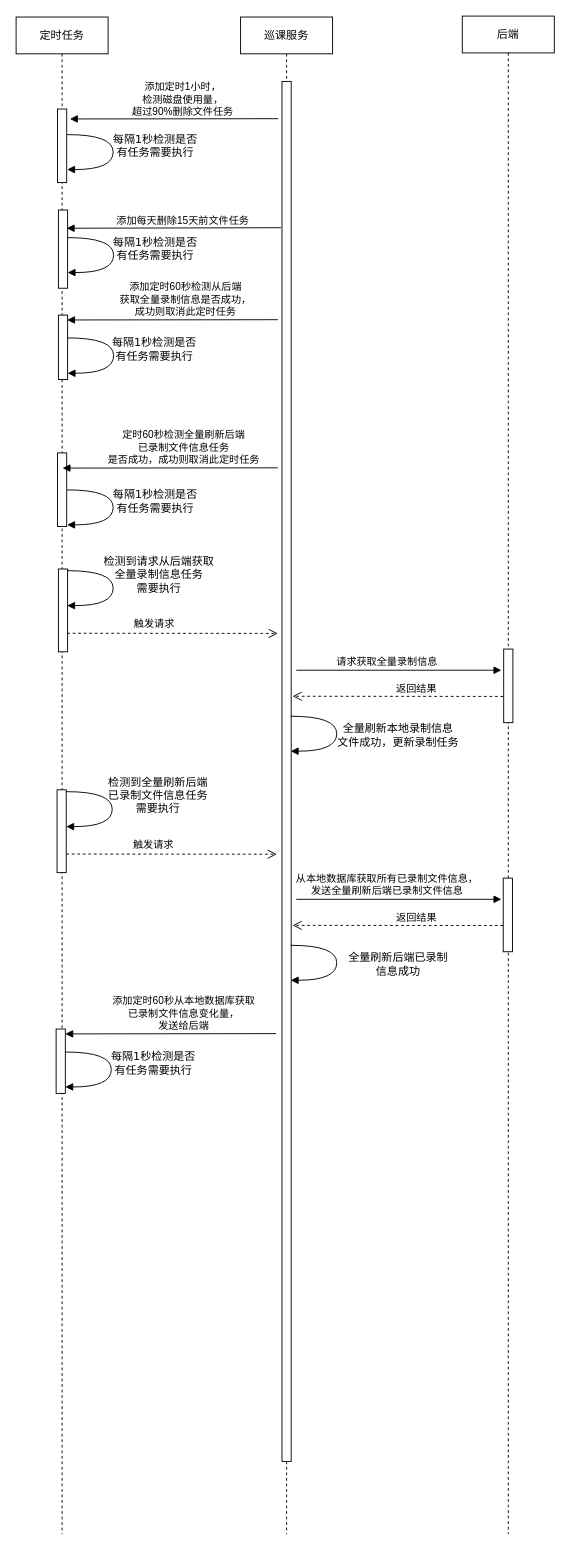
The draw.io diagram 巡课录制定时任务.drawio in huangPeiLc/drawio, before the edit. Source tidied: cells renumbered, new cells numbered last; positions are measured from the earlier drawing's top-left corner, leaving out a move shared by most shapes. Both pictures are drawn from the tidied source at 92%, with x=0, y=0 at pixel (16, 16).
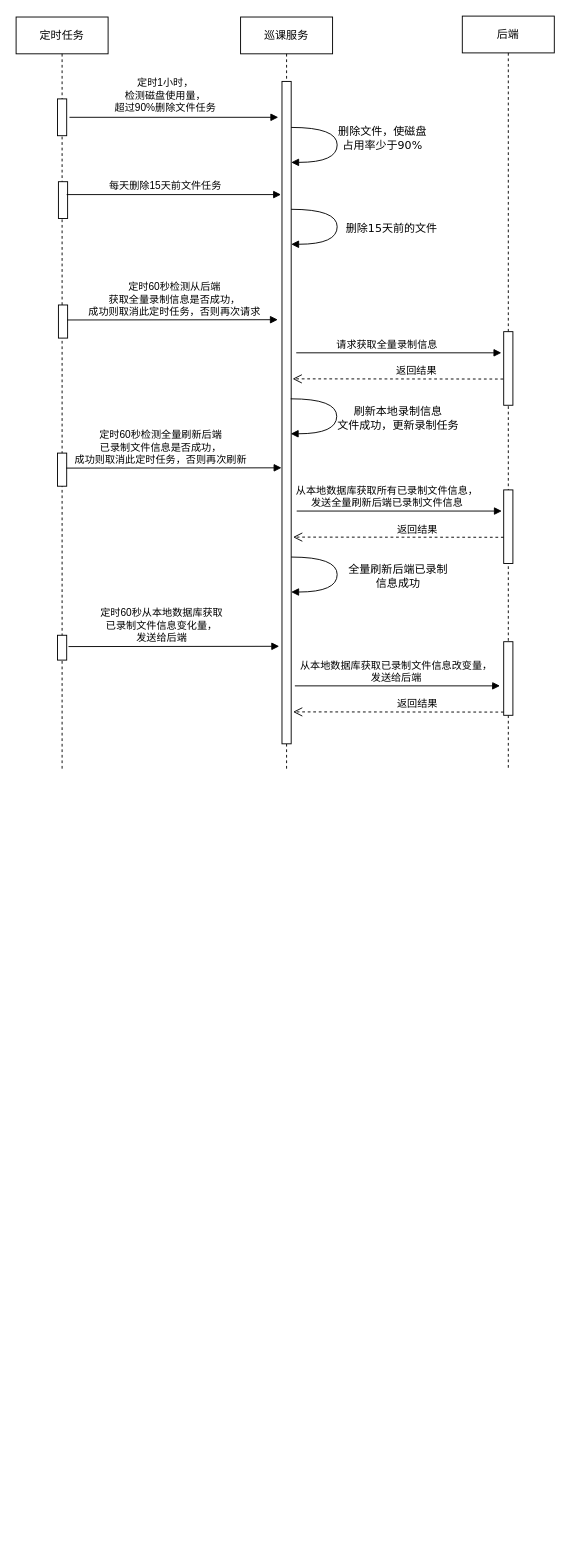
The same page after the edit.

Commit message (it also covers changes not shown here):
Update 巡课录制定时任务.drawio

Diff of the diagram source:
```diff
@@
     <mxCell id="2" value="巡课服务" style="shape=umlLifeline;perimeter=lifelinePerimeter;whiteSpace=wrap;html=1;" parent="1" vertex="1">
-      <mxGeometry x="244" y="1" width="100" height="1649" as="geometry" />
+      <mxGeometry x="244" y="1" width="100" height="819" as="geometry" />
     </mxCell>
     <mxCell id="3" style="html=1;points=[];perimeter=orthogonalPerimeter;" parent="2" vertex="1">
-      <mxGeometry x="45" y="70" width="10" height="1500" as="geometry" />
+      <mxGeometry x="45" y="70" width="10" height="720" as="geometry" />
     </mxCell>
     <mxCell id="4" value="定时任务" style="shape=umlLifeline;perimeter=lifelinePerimeter;whiteSpace=wrap;html=1;" parent="1" vertex="1">
-      <mxGeometry y="1" width="100" height="1649" as="geometry" />
+      <mxGeometry y="1" width="100" height="819" as="geometry" />
     </mxCell>
     <mxCell id="5" style="html=1;perimeter=orthogonalPerimeter;" parent="4" vertex="1">
-      <mxGeometry x="46" y="324" width="10" height="70" as="geometry" />
+      <mxGeometry x="46" y="313" width="10" height="36" as="geometry" />
     </mxCell>
-    <mxCell id="6" style="html=1;perimeter=orthogonalPerimeter;" parent="4" vertex="1">
-      <mxGeometry x="46" y="600" width="10" height="90" as="geometry" />
-    </mxCell>
     <mxCell id="7" style="html=1;perimeter=orthogonalPerimeter;" parent="4" vertex="1">
-      <mxGeometry x="45" y="100" width="10" height="80" as="geometry" />
+      <mxGeometry x="45" y="89" width="10" height="40" as="geometry" />
     </mxCell>
-    <mxCell id="8" value="&lt;div&gt;每隔1秒检测是否&lt;/div&gt;&lt;div&gt;有任务需要执行&lt;/div&gt;" style="html=1;verticalAlign=bottom;endArrow=block;labelBackgroundColor=none;fontFamily=Verdana;fontSize=12;elbow=vertical;edgeStyle=orthogonalEdgeStyle;curved=1;entryX=1;entryY=0.286;entryPerimeter=0;" parent="4" edge="1">
-      <mxGeometry x="0.28" y="-46" relative="1" as="geometry">
-        <mxPoint x="56" y="348.8" as="sourcePoint" />
-        <mxPoint x="56" y="387.2" as="targetPoint" />
-        <Array as="points">
-          <mxPoint x="106" y="349" />
-          <mxPoint x="106" y="387" />
-        </Array>
-        <mxPoint x="45" y="37" as="offset" />
-      </mxGeometry>
-    </mxCell>
     <mxCell id="9" style="html=1;points=[];perimeter=orthogonalPerimeter;" parent="4" vertex="1">
-      <mxGeometry x="46" y="209.8" width="10" height="85" as="geometry" />
+      <mxGeometry x="46" y="179" width="10" height="40" as="geometry" />
     </mxCell>
-    <mxCell id="10" value="&lt;div&gt;每隔1秒检测是否&lt;/div&gt;&lt;div&gt;有任务需要执行&lt;/div&gt;" style="html=1;verticalAlign=bottom;endArrow=block;labelBackgroundColor=none;fontFamily=Verdana;fontSize=12;elbow=vertical;edgeStyle=orthogonalEdgeStyle;curved=1;entryX=1;entryY=0.286;entryPerimeter=0;" parent="4" edge="1">
-      <mxGeometry x="0.28" y="-46" relative="1" as="geometry">
-        <mxPoint x="56" y="239.8" as="sourcePoint" />
-        <mxPoint x="56" y="277.8" as="targetPoint" />
-        <Array as="points">
-          <mxPoint x="106" y="239.8" />
-          <mxPoint x="106" y="277.8" />
-        </Array>
-        <mxPoint x="45" y="37" as="offset" />
-      </mxGeometry>
-    </mxCell>
     <mxCell id="11" style="html=1;perimeter=orthogonalPerimeter;" parent="4" vertex="1">
-      <mxGeometry x="45" y="473.8" width="10" height="80" as="geometry" />
+      <mxGeometry x="45" y="474" width="10" height="36" as="geometry" />
     </mxCell>
-    <mxCell id="12" value="触发请求" style="html=1;verticalAlign=bottom;endArrow=open;dashed=1;endSize=8;" parent="1" edge="1">
-      <mxGeometry x="-0.18" y="1" relative="1" as="geometry">
-        <mxPoint x="55.5" y="670.8" as="sourcePoint" />
-        <mxPoint x="284.5" y="671" as="targetPoint" />
-      </mxGeometry>
-    </mxCell>
-    <mxCell id="13" value="&lt;div&gt;添加定时60秒检测从后端&lt;/div&gt;&lt;div&gt;获取全量录制信息是否成功，&lt;/div&gt;&lt;div&gt;成功则取消此定时任务&lt;/div&gt;" style="html=1;verticalAlign=bottom;endArrow=block;" parent="1" edge="1">
-      <mxGeometry x="-0.12" relative="1" as="geometry">
-        <mxPoint x="284.5" y="330" as="sourcePoint" />
-        <mxPoint x="55.5" y="330.3" as="targetPoint" />
+    <mxCell id="13" value="&lt;div&gt;定时60秒检测从后端&lt;/div&gt;&lt;div&gt;获取全量录制信息是否成功，&lt;/div&gt;&lt;div&gt;成功则取消此定时任务，否则再次请求&lt;br&gt;&lt;/div&gt;" style="html=1;verticalAlign=bottom;endArrow=block;" parent="1" edge="1">
+      <mxGeometry x="0.02" relative="1" as="geometry">
+        <mxPoint x="55.5" y="330.3" as="sourcePoint" />
+        <mxPoint x="284.5" y="330" as="targetPoint" />
       </mxGeometry>
     </mxCell>
-    <mxCell id="14" value="&lt;div&gt;每隔1秒检测是否&lt;/div&gt;&lt;div&gt;有任务需要执行&lt;/div&gt;" style="html=1;verticalAlign=bottom;endArrow=block;labelBackgroundColor=none;fontFamily=Verdana;fontSize=12;elbow=vertical;edgeStyle=orthogonalEdgeStyle;curved=1;entryX=1;entryY=0.286;entryPerimeter=0;" parent="1" edge="1">
-      <mxGeometry x="0.28" y="-46" relative="1" as="geometry">
-        <mxPoint x="55.5" y="128.8" as="sourcePoint" />
-        <mxPoint x="55.5" y="166.8" as="targetPoint" />
-        <Array as="points">
-          <mxPoint x="105.5" y="128.8" />
-          <mxPoint x="105.5" y="166.8" />
-        </Array>
-        <mxPoint x="45" y="37" as="offset" />
-      </mxGeometry>
-    </mxCell>
-    <mxCell id="15" value="&lt;div&gt;检测到请求从后端获取&lt;/div&gt;&lt;div&gt;全量录制信息任务&lt;/div&gt;&lt;div&gt;需要执行&lt;br&gt;&lt;/div&gt;" style="html=1;verticalAlign=bottom;endArrow=block;labelBackgroundColor=none;fontFamily=Verdana;fontSize=12;elbow=vertical;edgeStyle=orthogonalEdgeStyle;curved=1;entryX=1;entryY=0.286;entryPerimeter=0;" parent="1" edge="1">
-      <mxGeometry x="0.28" y="-50" relative="1" as="geometry">
-        <mxPoint x="55.5" y="602.8" as="sourcePoint" />
-        <mxPoint x="55.5" y="640.8" as="targetPoint" />
-        <Array as="points">
-          <mxPoint x="105.5" y="602.8" />
-          <mxPoint x="105.5" y="640.8" />
-        </Array>
-        <mxPoint x="49" y="40" as="offset" />
-      </mxGeometry>
-    </mxCell>
-    <mxCell id="16" value="&lt;div&gt;添加定时1小时，&lt;/div&gt;&lt;div&gt;检测磁盘使用量，&lt;/div&gt;&lt;div&gt;超过90%删除文件任务&lt;/div&gt;" style="html=1;verticalAlign=bottom;endArrow=block;exitX=-0.4;exitY=0.027;exitDx=0;exitDy=0;exitPerimeter=0;" parent="1" edge="1" source="3">
+    <mxCell id="16" value="&lt;div&gt;定时1小时，&lt;/div&gt;&lt;div&gt;检测磁盘使用量，&lt;/div&gt;&lt;div&gt;超过90%删除文件任务&lt;/div&gt;" style="html=1;verticalAlign=bottom;endArrow=block;" parent="1" edge="1">
       <mxGeometry x="-0.08" y="1" relative="1" as="geometry">
-        <mxPoint x="58.5" y="111.8" as="targetPoint" />
+        <mxPoint x="58" y="110" as="sourcePoint" />
+        <mxPoint x="285" y="110" as="targetPoint" />
       </mxGeometry>
     </mxCell>
     <mxCell id="17" value="后端" style="shape=umlLifeline;perimeter=lifelinePerimeter;whiteSpace=wrap;html=1;" parent="1" vertex="1">
-      <mxGeometry x="485" width="100" height="1650" as="geometry" />
+      <mxGeometry x="485" width="100" height="820" as="geometry" />
     </mxCell>
     <mxCell id="18" style="html=1;perimeter=orthogonalPerimeter;" parent="17" vertex="1">
-      <mxGeometry x="45" y="688" width="10" height="80" as="geometry" />
+      <mxGeometry x="45" y="343" width="10" height="80" as="geometry" />
     </mxCell>
+    <mxCell id="35" style="html=1;perimeter=orthogonalPerimeter;" parent="17" vertex="1">
+      <mxGeometry x="45" y="680" width="10" height="80" as="geometry" />
+    </mxCell>
-    <mxCell id="19" value="&lt;div&gt;添加每天删除15天前文件任务&lt;/div&gt;" style="html=1;verticalAlign=bottom;endArrow=block;entryX=0.9;entryY=0.233;entryDx=0;entryDy=0;entryPerimeter=0;exitX=-0.1;exitY=0.106;exitDx=0;exitDy=0;exitPerimeter=0;" parent="1" edge="1" source="3" target="9">
-      <mxGeometry x="-0.08" y="1" relative="1" as="geometry" />
+    <mxCell id="19" value="&lt;div&gt;每天删除15天前文件任务&lt;/div&gt;" style="html=1;verticalAlign=bottom;endArrow=block;entryX=0.9;entryY=0.233;entryDx=0;entryDy=0;entryPerimeter=0;" parent="1" edge="1">
+      <mxGeometry x="-0.08" y="1" relative="1" as="geometry">
+        <mxPoint x="55" y="194" as="sourcePoint" />
+        <mxPoint x="288" y="194" as="targetPoint" />
+      </mxGeometry>
     </mxCell>
-    <mxCell id="20" value="&lt;div&gt;定时60秒检测全量刷新后端&lt;/div&gt;&lt;div&gt;已录制文件信息任务&lt;/div&gt;&lt;div&gt;是否成功，成功则取消此定时任务&lt;br&gt;&lt;/div&gt;" style="html=1;verticalAlign=bottom;endArrow=block;" parent="1" edge="1">
+    <mxCell id="20" value="&lt;div&gt;定时60秒检测全量刷新后端&lt;/div&gt;&lt;div&gt;已录制文件信息是否成功，&lt;/div&gt;&lt;div&gt;成功则取消此定时任务，否则再次刷新&lt;br&gt;&lt;/div&gt;" style="html=1;verticalAlign=bottom;endArrow=block;" parent="1" edge="1">
       <mxGeometry x="-0.12" relative="1" as="geometry">
-        <mxPoint x="284.5" y="491" as="sourcePoint" />
-        <mxPoint x="50.5" y="491.3" as="targetPoint" />
+        <mxPoint x="54.5" y="491.3" as="sourcePoint" />
+        <mxPoint x="288.5" y="491" as="targetPoint" />
       </mxGeometry>
     </mxCell>
-    <mxCell id="21" value="&lt;div&gt;每隔1秒检测是否&lt;/div&gt;&lt;div&gt;有任务需要执行&lt;/div&gt;" style="html=1;verticalAlign=bottom;endArrow=block;labelBackgroundColor=none;fontFamily=Verdana;fontSize=12;elbow=vertical;edgeStyle=orthogonalEdgeStyle;curved=1;entryX=1;entryY=0.286;entryPerimeter=0;" parent="1" edge="1">
-      <mxGeometry x="0.28" y="-46" relative="1" as="geometry">
-        <mxPoint x="55.5" y="515" as="sourcePoint" />
-        <mxPoint x="55.5" y="553" as="targetPoint" />
-        <Array as="points">
-          <mxPoint x="105.5" y="515" />
-          <mxPoint x="105.5" y="553" />
-        </Array>
-        <mxPoint x="45" y="37" as="offset" />
-      </mxGeometry>
-    </mxCell>
     <mxCell id="22" value="请求获取全量录制信息" style="html=1;verticalAlign=bottom;endArrow=block;" parent="1" edge="1">
       <mxGeometry x="-0.12" relative="1" as="geometry">
-        <mxPoint x="304.5" y="711" as="sourcePoint" />
-        <mxPoint x="527.5" y="711" as="targetPoint" />
+        <mxPoint x="304.5" y="366" as="sourcePoint" />
+        <mxPoint x="527.5" y="366" as="targetPoint" />
       </mxGeometry>
     </mxCell>
     <mxCell id="23" value="返回结果" style="html=1;verticalAlign=bottom;endArrow=open;dashed=1;endSize=8;" parent="1" edge="1">
       <mxGeometry x="-0.18" y="1" relative="1" as="geometry">
-        <mxPoint x="529.5" y="739.5" as="sourcePoint" />
-        <mxPoint x="300.5" y="739.3" as="targetPoint" />
+        <mxPoint x="529.5" y="394.5" as="sourcePoint" />
+        <mxPoint x="300.5" y="394.3" as="targetPoint" />
       </mxGeometry>
     </mxCell>
-    <mxCell id="24" value="&lt;div&gt;全量刷新本地录制信息&lt;/div&gt;&lt;div&gt;文件成功，更新录制任务&lt;/div&gt;" style="html=1;verticalAlign=bottom;endArrow=block;labelBackgroundColor=none;fontFamily=Verdana;fontSize=12;elbow=vertical;edgeStyle=orthogonalEdgeStyle;curved=1;entryX=1;entryY=0.286;entryPerimeter=0;" parent="1" edge="1">
+    <mxCell id="24" value="&lt;div&gt;刷新本地录制信息&lt;/div&gt;&lt;div&gt;文件成功，更新录制任务&lt;/div&gt;" style="html=1;verticalAlign=bottom;endArrow=block;labelBackgroundColor=none;fontFamily=Verdana;fontSize=12;elbow=vertical;edgeStyle=orthogonalEdgeStyle;curved=1;entryX=1;entryY=0.286;entryPerimeter=0;" parent="1" edge="1">
       <mxGeometry x="0.28" y="-66" relative="1" as="geometry">
-        <mxPoint x="298.5" y="761" as="sourcePoint" />
-        <mxPoint x="298.5" y="799" as="targetPoint" />
+        <mxPoint x="298.5" y="416" as="sourcePoint" />
+        <mxPoint x="298.5" y="454" as="targetPoint" />
         <Array as="points">
-          <mxPoint x="348.5" y="760.8" />
-          <mxPoint x="348.5" y="798.8" />
+          <mxPoint x="348.5" y="415.8" />
+          <mxPoint x="348.5" y="453.8" />
         </Array>
         <mxPoint x="66" y="66" as="offset" />
       </mxGeometry>
     </mxCell>
-    <mxCell id="25" style="html=1;perimeter=orthogonalPerimeter;" parent="1" vertex="1">
-      <mxGeometry x="44.5" y="841" width="10" height="90" as="geometry" />
-    </mxCell>
-    <mxCell id="26" value="触发请求" style="html=1;verticalAlign=bottom;endArrow=open;dashed=1;endSize=8;" parent="1" edge="1">
-      <mxGeometry x="-0.18" y="1" relative="1" as="geometry">
-        <mxPoint x="54.5" y="910.8" as="sourcePoint" />
-        <mxPoint x="283.5" y="911" as="targetPoint" />
-      </mxGeometry>
-    </mxCell>
-    <mxCell id="27" value="&lt;div&gt;检测到全量刷新后端&lt;div&gt;已录制文件信息任务&lt;/div&gt;&lt;/div&gt;&lt;div&gt;需要执行&lt;br&gt;&lt;/div&gt;" style="html=1;verticalAlign=bottom;endArrow=block;labelBackgroundColor=none;fontFamily=Verdana;fontSize=12;elbow=vertical;edgeStyle=orthogonalEdgeStyle;curved=1;entryX=1;entryY=0.286;entryPerimeter=0;" parent="1" edge="1">
-      <mxGeometry x="0.28" y="-50" relative="1" as="geometry">
-        <mxPoint x="54.5" y="843" as="sourcePoint" />
-        <mxPoint x="54.5" y="881" as="targetPoint" />
-        <Array as="points">
-          <mxPoint x="104.5" y="842.8" />
-          <mxPoint x="104.5" y="880.8" />
-        </Array>
-        <mxPoint x="49" y="40" as="offset" />
-      </mxGeometry>
-    </mxCell>
     <mxCell id="28" style="html=1;perimeter=orthogonalPerimeter;" parent="1" vertex="1">
-      <mxGeometry x="529.5" y="937" width="10" height="80" as="geometry" />
+      <mxGeometry x="530" y="515" width="10" height="80" as="geometry" />
     </mxCell>
     <mxCell id="29" value="&lt;div&gt;从本地数据库获取所有已录制文件信息，&lt;/div&gt;&lt;div&gt;发送全量刷新后端已录制文件信息&lt;/div&gt;" style="html=1;verticalAlign=bottom;endArrow=block;" parent="1" edge="1">
       <mxGeometry x="-0.12" relative="1" as="geometry">
-        <mxPoint x="304.5" y="960" as="sourcePoint" />
-        <mxPoint x="527.5" y="960" as="targetPoint" />
+        <mxPoint x="305" y="538" as="sourcePoint" />
+        <mxPoint x="528" y="538" as="targetPoint" />
       </mxGeometry>
     </mxCell>
     <mxCell id="30" value="返回结果" style="html=1;verticalAlign=bottom;endArrow=open;dashed=1;endSize=8;" parent="1" edge="1">
       <mxGeometry x="-0.18" y="1" relative="1" as="geometry">
-        <mxPoint x="529.5" y="988.5" as="sourcePoint" />
-        <mxPoint x="300.5" y="988.3" as="targetPoint" />
+        <mxPoint x="530" y="566.5" as="sourcePoint" />
+        <mxPoint x="301" y="566.3" as="targetPoint" />
       </mxGeometry>
     </mxCell>
     <mxCell id="31" value="&lt;div&gt;全量刷新后端已录制&lt;/div&gt;&lt;div&gt;信息成功&lt;/div&gt;" style="html=1;verticalAlign=bottom;endArrow=block;labelBackgroundColor=none;fontFamily=Verdana;fontSize=12;elbow=vertical;edgeStyle=orthogonalEdgeStyle;curved=1;entryX=1;entryY=0.286;entryPerimeter=0;" parent="1" edge="1">
       <mxGeometry x="0.28" y="-66" relative="1" as="geometry">
-        <mxPoint x="298.5" y="1010" as="sourcePoint" />
-        <mxPoint x="298.5" y="1048" as="targetPoint" />
+        <mxPoint x="299" y="588" as="sourcePoint" />
+        <mxPoint x="299" y="626" as="targetPoint" />
         <Array as="points">
-          <mxPoint x="348.5" y="1009.8" />
-          <mxPoint x="348.5" y="1047.8" />
+          <mxPoint x="349" y="587.8" />
+          <mxPoint x="349" y="625.8" />
         </Array>
         <mxPoint x="66" y="66" as="offset" />
       </mxGeometry>
     </mxCell>
     <mxCell id="32" style="html=1;perimeter=orthogonalPerimeter;" parent="1" vertex="1">
-      <mxGeometry x="43.5" y="1101" width="10" height="70" as="geometry" />
+      <mxGeometry x="45" y="673" width="10" height="27" as="geometry" />
     </mxCell>
-    <mxCell id="33" value="&lt;div&gt;每隔1秒检测是否&lt;/div&gt;&lt;div&gt;有任务需要执行&lt;/div&gt;" style="html=1;verticalAlign=bottom;endArrow=block;labelBackgroundColor=none;fontFamily=Verdana;fontSize=12;elbow=vertical;edgeStyle=orthogonalEdgeStyle;curved=1;entryX=1;entryY=0.286;entryPerimeter=0;" parent="1" edge="1">
-      <mxGeometry x="0.28" y="-46" relative="1" as="geometry">
-        <mxPoint x="53.5" y="1126" as="sourcePoint" />
-        <mxPoint x="53.5" y="1164" as="targetPoint" />
-        <Array as="points">
-          <mxPoint x="103.5" y="1126" />
-          <mxPoint x="103.5" y="1164" />
-        </Array>
-        <mxPoint x="45" y="37" as="offset" />
-      </mxGeometry>
-    </mxCell>
-    <mxCell id="34" value="&lt;div&gt;添加定时60秒从本地数据库获取&lt;/div&gt;&lt;div&gt;已录制文件信息变化量，&lt;/div&gt;&lt;div&gt;发送给后端&lt;br&gt;&lt;/div&gt;" style="html=1;verticalAlign=bottom;endArrow=block;" parent="1" edge="1">
+    <mxCell id="34" value="&lt;div&gt;定时60秒从本地数据库获取&lt;/div&gt;&lt;div&gt;已录制文件信息变化量，&lt;/div&gt;&lt;div&gt;发送给后端&lt;br&gt;&lt;/div&gt;" style="html=1;verticalAlign=bottom;endArrow=block;" parent="1" edge="1">
       <mxGeometry x="-0.12" relative="1" as="geometry">
-        <mxPoint x="282.5" y="1106" as="sourcePoint" />
-        <mxPoint x="53.5" y="1106.3" as="targetPoint" />
+        <mxPoint x="57" y="685.3" as="sourcePoint" />
+        <mxPoint x="286" y="685" as="targetPoint" />
       </mxGeometry>
     </mxCell>
+    <mxCell id="36" value="&lt;div&gt;删除文件，使磁盘&lt;/div&gt;&lt;div&gt;占用率少于90%&lt;/div&gt;" style="html=1;verticalAlign=bottom;endArrow=block;labelBackgroundColor=none;fontFamily=Verdana;fontSize=12;elbow=vertical;edgeStyle=orthogonalEdgeStyle;curved=1;entryX=1;entryY=0.286;entryPerimeter=0;" parent="1" edge="1">
+      <mxGeometry x="0.28" y="-50" relative="1" as="geometry">
+        <mxPoint x="299" y="121" as="sourcePoint" />
+        <mxPoint x="299" y="159" as="targetPoint" />
+        <Array as="points">
+          <mxPoint x="349" y="120.8" />
+          <mxPoint x="349" y="158.8" />
+        </Array>
+        <mxPoint x="49" y="41" as="offset" />
+      </mxGeometry>
+    </mxCell>
+    <mxCell id="37" value="删除15天前的文件" style="html=1;verticalAlign=bottom;endArrow=block;labelBackgroundColor=none;fontFamily=Verdana;fontSize=12;elbow=vertical;edgeStyle=orthogonalEdgeStyle;curved=1;entryX=1;entryY=0.286;entryPerimeter=0;" parent="1" edge="1">
+      <mxGeometry x="0.28" y="-60" relative="1" as="geometry">
+        <mxPoint x="299" y="210" as="sourcePoint" />
+        <mxPoint x="299" y="248" as="targetPoint" />
+        <Array as="points">
+          <mxPoint x="349" y="209.8" />
+          <mxPoint x="349" y="247.8" />
+        </Array>
+        <mxPoint x="59" y="52" as="offset" />
+      </mxGeometry>
+    </mxCell>
+    <mxCell id="38" value="&lt;div&gt;从本地数据库获取已录制文件信息改变量，&lt;/div&gt;&lt;div&gt;发送给后端&lt;/div&gt;" style="html=1;verticalAlign=bottom;endArrow=block;" parent="1" edge="1">
+      <mxGeometry x="-0.01" relative="1" as="geometry">
+        <mxPoint x="303" y="728" as="sourcePoint" />
+        <mxPoint x="526" y="728" as="targetPoint" />
+      </mxGeometry>
+    </mxCell>
+    <mxCell id="39" value="返回结果" style="html=1;verticalAlign=bottom;endArrow=open;dashed=1;endSize=8;" parent="1" edge="1">
+      <mxGeometry x="-0.18" y="1" relative="1" as="geometry">
+        <mxPoint x="530" y="756.5" as="sourcePoint" />
+        <mxPoint x="301" y="756.3" as="targetPoint" />
+      </mxGeometry>
+    </mxCell>
```
